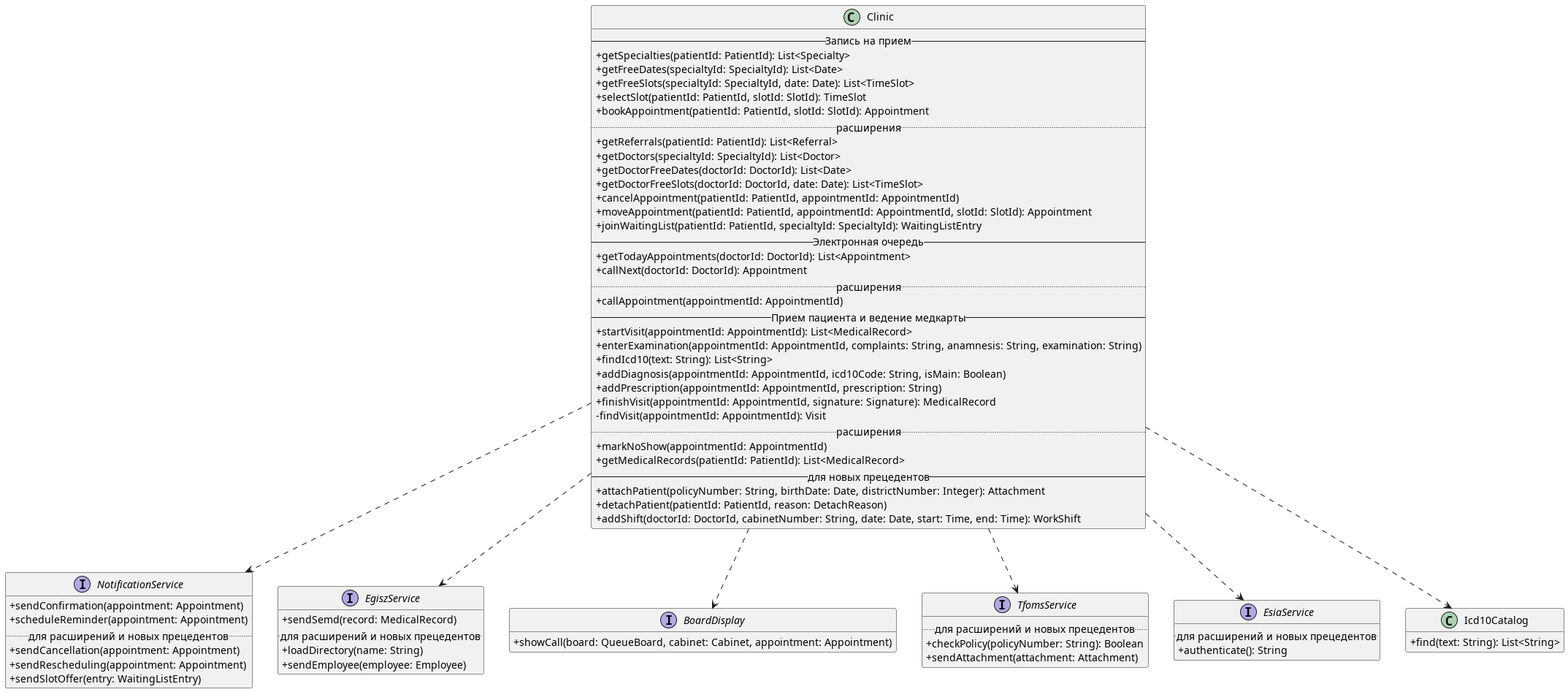
penamarth/bsbo-11-24_team3_var3_clinic keeps this PlantUML diagram as img/classes-services.png. Above is the earlier version. Its diagram source:
```plantuml
@startuml classes-services
skinparam classAttributeIconSize 0
hide empty members

class Clinic {
  -- Запись на прием --
  + getSpecialties(patientId: PatientId): List<Specialty>
  + getFreeDates(specialtyId: SpecialtyId): List<Date>
  + getFreeSlots(specialtyId: SpecialtyId, date: Date): List<TimeSlot>
  + selectSlot(patientId: PatientId, slotId: SlotId): TimeSlot
  + bookAppointment(patientId: PatientId, slotId: SlotId): Appointment
  .. расширения ..
  + getReferrals(patientId: PatientId): List<Referral>
  + getDoctors(specialtyId: SpecialtyId): List<Doctor>
  + getDoctorFreeDates(doctorId: DoctorId): List<Date>
  + getDoctorFreeSlots(doctorId: DoctorId, date: Date): List<TimeSlot>
  + cancelAppointment(patientId: PatientId, appointmentId: AppointmentId)
  + moveAppointment(patientId: PatientId, appointmentId: AppointmentId, slotId: SlotId): Appointment
  + joinWaitingList(patientId: PatientId, specialtyId: SpecialtyId): WaitingListEntry
  -- Электронная очередь --
  + getTodayAppointments(doctorId: DoctorId): List<Appointment>
  + callNext(doctorId: DoctorId): Appointment
  .. расширения ..
  + callAppointment(appointmentId: AppointmentId)
  -- Прием пациента и ведение медкарты --
  + startVisit(appointmentId: AppointmentId): List<MedicalRecord>
  + enterExamination(appointmentId: AppointmentId, complaints: String, anamnesis: String, examination: String)
  + findIcd10(text: String): List<String>
  + addDiagnosis(appointmentId: AppointmentId, icd10Code: String, isMain: Boolean)
  + addPrescription(appointmentId: AppointmentId, prescription: String)
  + finishVisit(appointmentId: AppointmentId, signature: Signature): MedicalRecord
  - findVisit(appointmentId: AppointmentId): Visit
  .. расширения ..
  + markNoShow(appointmentId: AppointmentId)
  + getMedicalRecords(patientId: PatientId): List<MedicalRecord>
  -- для новых прецедентов --
  + attachPatient(policyNumber: String, birthDate: Date, districtNumber: Integer): Attachment
  + detachPatient(patientId: PatientId, reason: DetachReason)
  + addShift(doctorId: DoctorId, cabinetNumber: String, date: Date, start: Time, end: Time): WorkShift
}

interface NotificationService {
  + sendConfirmation(appointment: Appointment)
  + scheduleReminder(appointment: Appointment)
  .. для расширений и новых прецедентов ..
  + sendCancellation(appointment: Appointment)
  + sendRescheduling(appointment: Appointment)
  + sendSlotOffer(entry: WaitingListEntry)
}
interface EgiszService {
  + sendSemd(record: MedicalRecord)
  .. для расширений и новых прецедентов ..
  + loadDirectory(name: String)
  + sendEmployee(employee: Employee)
}
interface BoardDisplay {
  + showCall(board: QueueBoard, cabinet: Cabinet, appointment: Appointment)
}
interface TfomsService {
  .. для расширений и новых прецедентов ..
  + checkPolicy(policyNumber: String): Boolean
  + sendAttachment(attachment: Attachment)
}
interface EsiaService {
  .. для расширений и новых прецедентов ..
  + authenticate(): String
}
class Icd10Catalog {
  + find(text: String): List<String>
}

Clinic ..> NotificationService
Clinic ..> EgiszService
Clinic ..> BoardDisplay
Clinic ..> TfomsService
Clinic ..> EsiaService
Clinic ..> Icd10Catalog

@enduml
```
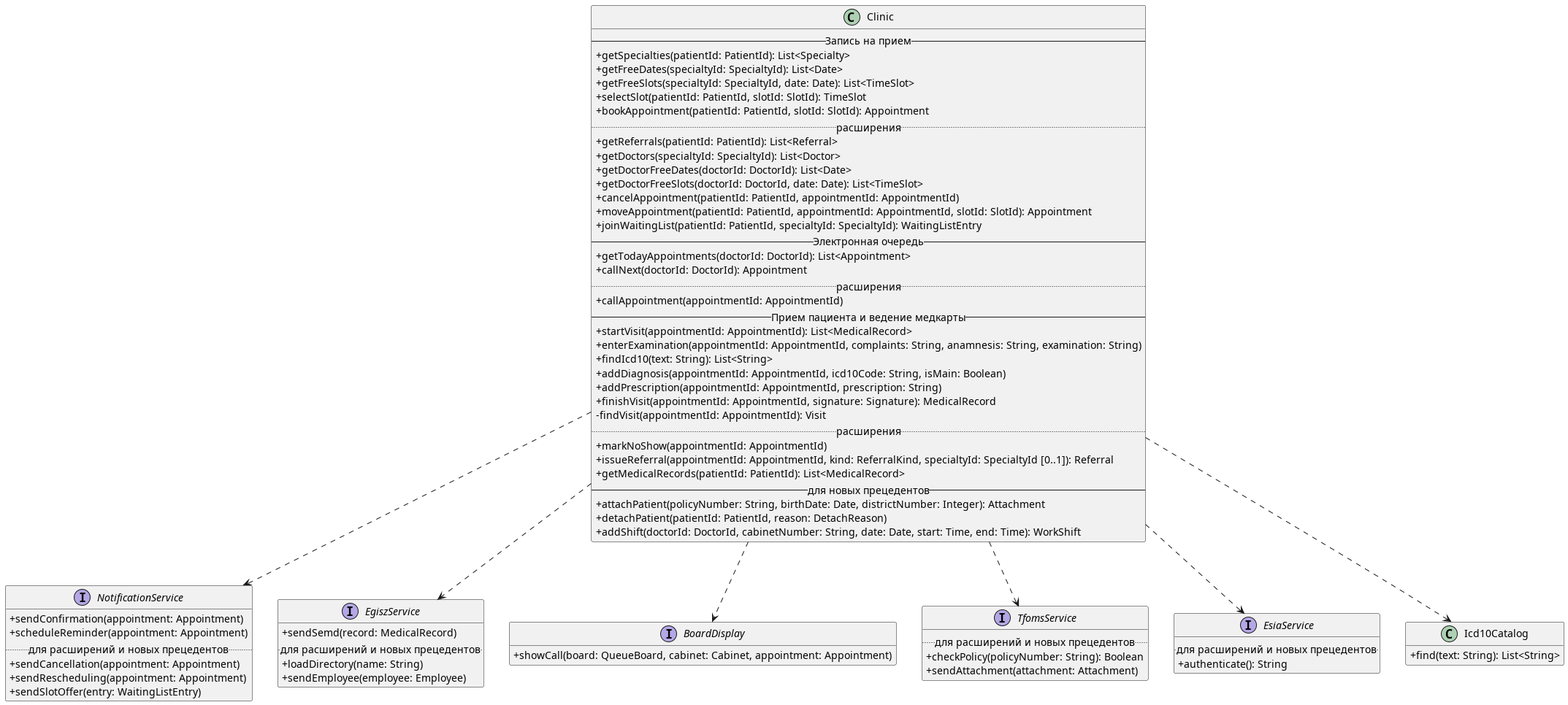
After the change.

Commit message:
выдача направления в диаграмме классов

Diff of the diagram source:
```diff
@@ -32,6 +32,7 @@
   - findVisit(appointmentId: AppointmentId): Visit
   .. расширения ..
   + markNoShow(appointmentId: AppointmentId)
+  + issueReferral(appointmentId: AppointmentId, kind: ReferralKind, specialtyId: SpecialtyId [0..1]): Referral
   + getMedicalRecords(patientId: PatientId): List<MedicalRecord>
   -- для новых прецедентов --
   + attachPatient(policyNumber: String, birthDate: Date, districtNumber: Integer): Attachment
```
